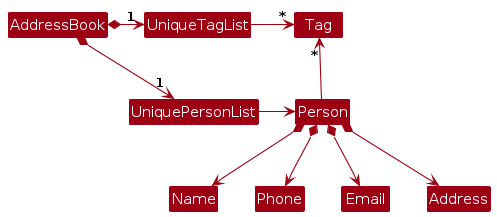
AY2627S1-CS2103T-T11-2/tp keeps this PlantUML diagram as diagrams/BetterModelClassDiagram.png. Above is the earlier version. Its source is kept beside it as diagrams/BetterModelClassDiagram.puml.
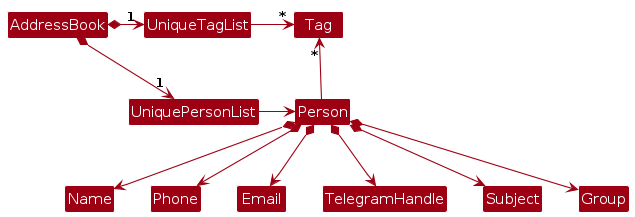
The same diagram one commit later.

Change to the diagram source:
```diff
@@ -17,5 +17,7 @@
 Person *--> Name
 Person *--> Phone
 Person *--> Email
-Person *--> Address
+Person *--> TelegramHandle
+Person *--> Subject
+Person *--> Group
 @enduml
```
